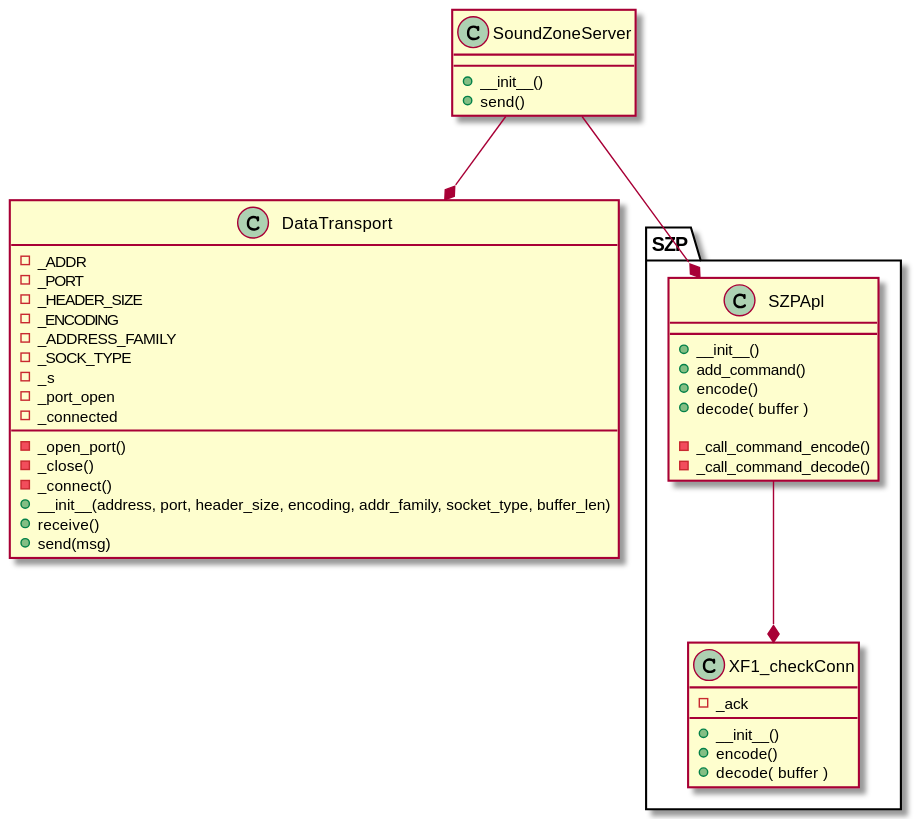
Before: Server/soundzone_server/diagrams/class_diagram.svg, a diagram exported from PlantUML (NielsDyrberg/Wireless_sound_zones).
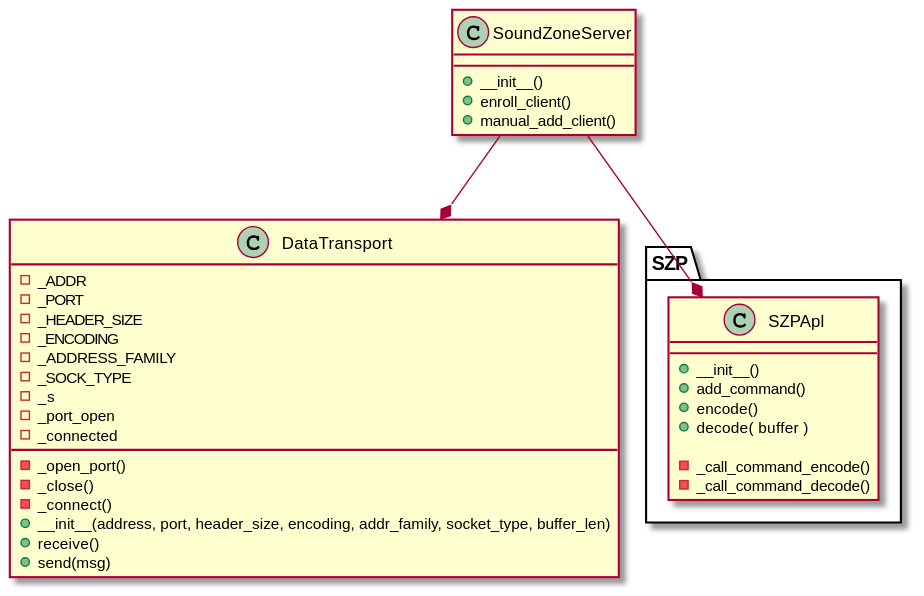
After the change.

Diff of the diagram source:
```diff
@@ -1,18 +1,16 @@
 @startuml class_diagram
 
+SoundZoneServer --* DataTransport
+
 package "SZP" {
-    SZPApl --* XF1_checkConn
+    SoundZoneServer --* SZPApl
 }
-
-SoundZoneServer --* SZPApl
-
-
-SoundZoneServer --* DataTransport
 
 
 class SoundZoneServer {
     + __init__()
-    + send()
+    + enroll_client()
+    + manual_add_client()
 }
 
 class SZPApl {
@@ -23,13 +21,6 @@
 
     - _call_command_encode()
     - _call_command_decode()
-}
-
-class XF1_checkConn {
-    - _ack
-    + __init__()
-    + encode()
-    + decode( buffer )
 }
 
 class DataTransport {
```
